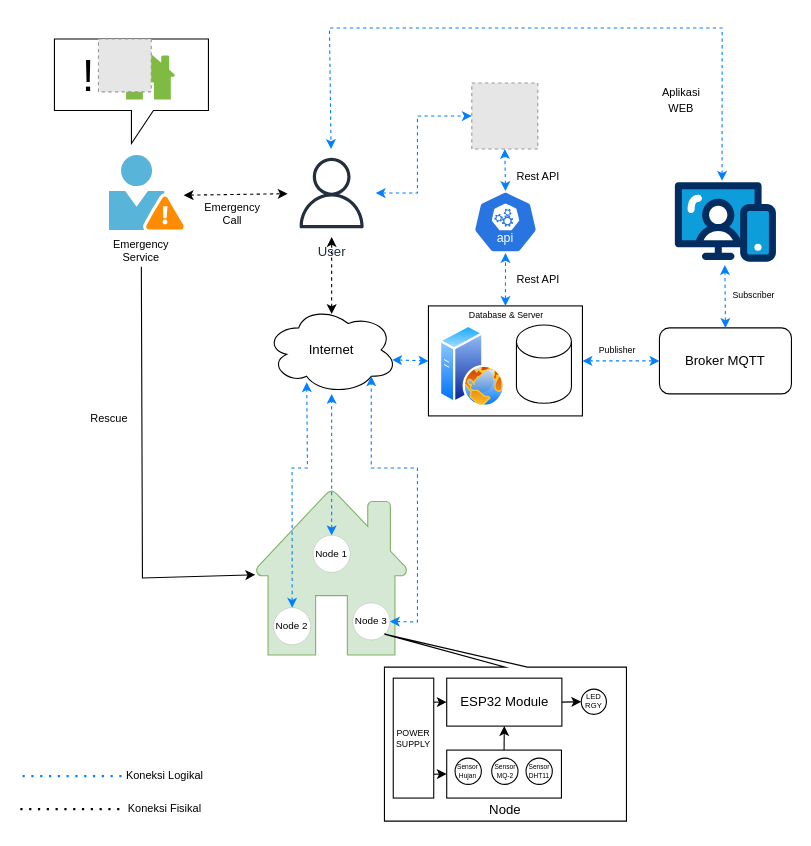
Earlier version of the draw.io diagram arsitektur-projek-akhir.drawio (Buitenzorx/projek-akhir). Source tidied: cells renumbered, new cells numbered last; positions are measured from the earlier drawing's top-left corner, leaving out a move shared by most shapes. Both pictures are drawn from the tidied source at 110%, with x=0, y=0 at pixel (20, 28). Pictures stored in the file or linked from it are replaced by grey dashed boxes.
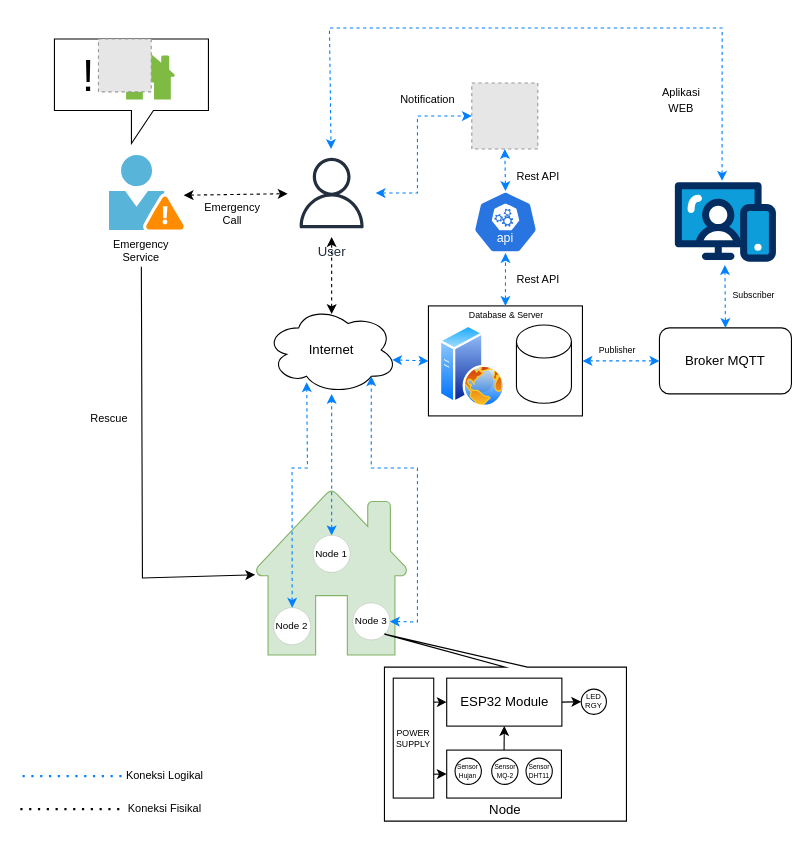
The same diagram, later.

Commit message:
BENERAN DONEEE

Diff of the diagram source:
```diff
@@
+    <mxCell id="67" value="Notification" style="text;html=1;align=center;verticalAlign=middle;whiteSpace=wrap;rounded=0;fontSize=10;" parent="1" vertex="1">
+      <mxGeometry x="331" y="49.5" width="79" height="30" as="geometry" />
+    </mxCell>
```
